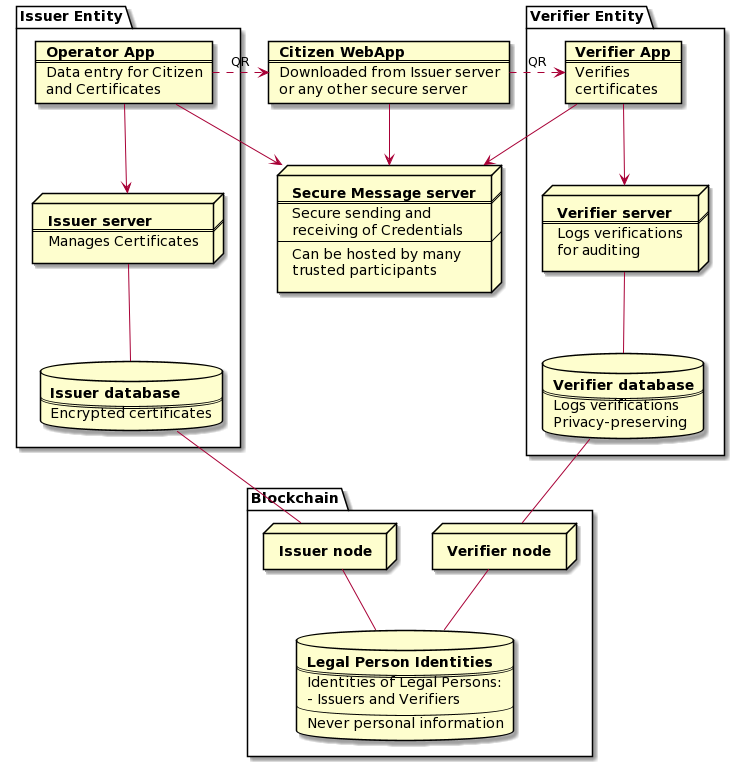
Earlier version of the PlantUML export images/SafeIsland_Components.png (kemalbehram/SafeIsland).
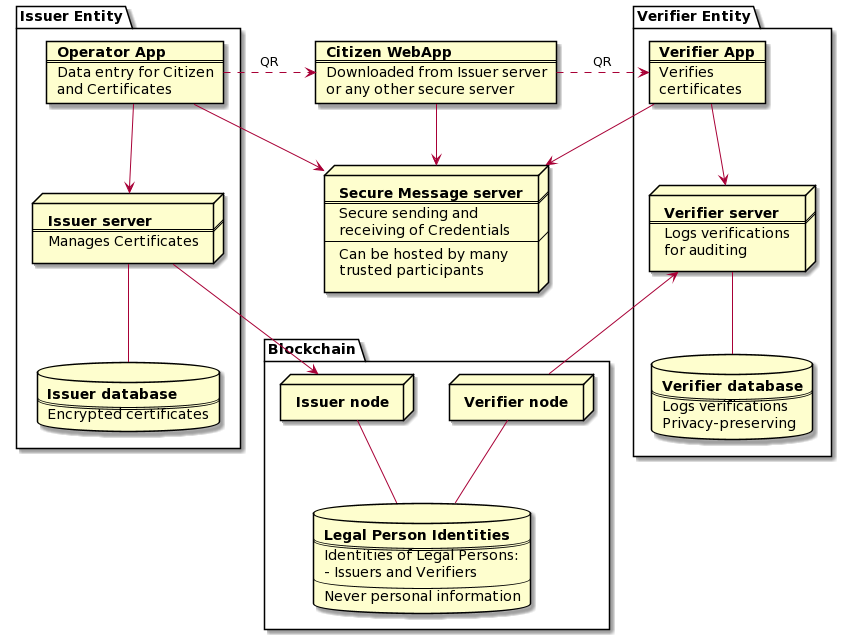
Above is the later version.

Change to the diagram source:
```diff
@@ -23,6 +23,13 @@
 
 }
 
+  card CitizenApp [
+    <b>Citizen WebApp
+    ====
+    Downloaded from Issuer server
+    or any other secure server
+  ]
+
   node SecureMessageServer [
     <b>Secure Message server
     ====
@@ -32,13 +39,6 @@
     Can be hosted by many
     trusted participants
   ]
-
-card CitizenApp [
-  <b>Citizen WebApp
-  ====
-  Downloaded from Issuer server
-  or any other secure server
-]
 
 
 
@@ -101,8 +101,8 @@
 VerifierApp --> VerifierServer
 VerifierServer -- VerifierDatabase
 
-IssuerDatabase -- IssuerNode
-VerifierDatabase -- VerifierNode
+IssuerServer --> IssuerNode
+VerifierNode -u-> VerifierServer
 
 IssuerNode -- Identities
 VerifierNode -- Identities
```
